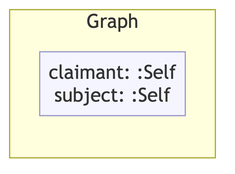
Earlier version of the Mermaid export example/graphs/images/graph-62.png (MeeFoundation/mia-ontologies). Its source is kept beside it as example/graphs/images/graph-62.mmd. Source of this version:
```mermaid
flowchart TD
    classDef person fill:#fffacd,stroke:#aaa,color:#333
    classDef org    fill:#cce5ff,stroke:#aaa,color:#333
    classDef lit    fill:none,stroke:none,font-style:italic,color:#2a7a2a
    classDef meta   fill:#f5f5ff,stroke:#9999cc,color:#333

    subgraph ctx["Graph"]
        direction LR
        ctx_meta["claimant: :Self\nsubject: :Self"]:::meta
    end
```
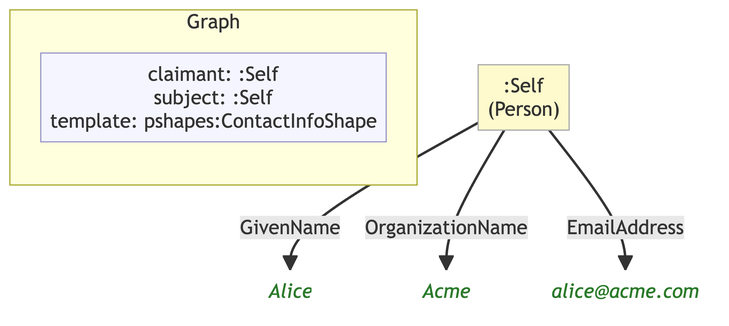
The same diagram one commit later.

Change to the diagram source:
```diff
@@ -6,5 +6,14 @@
 
     subgraph ctx["Graph"]
         direction LR
-        ctx_meta["claimant: :Self\nsubject: :Self"]:::meta
+        ctx_meta["claimant: :Self\nsubject: :Self\ntemplate: pshapes:ContactInfoShape"]:::meta
     end
+
+    ne0c3ba92f1db[":Self\n(Person)"]:::person
+    n41b990275994("Alice"):::lit
+    ne674494e7eff("Acme"):::lit
+    na18e6b7efbec("alice@acme.com"):::lit
+
+    ne0c3ba92f1db -->|"GivenName"| n41b990275994
+    ne0c3ba92f1db -->|"OrganizationName"| ne674494e7eff
+    ne0c3ba92f1db -->|"EmailAddress"| na18e6b7efbec
```
